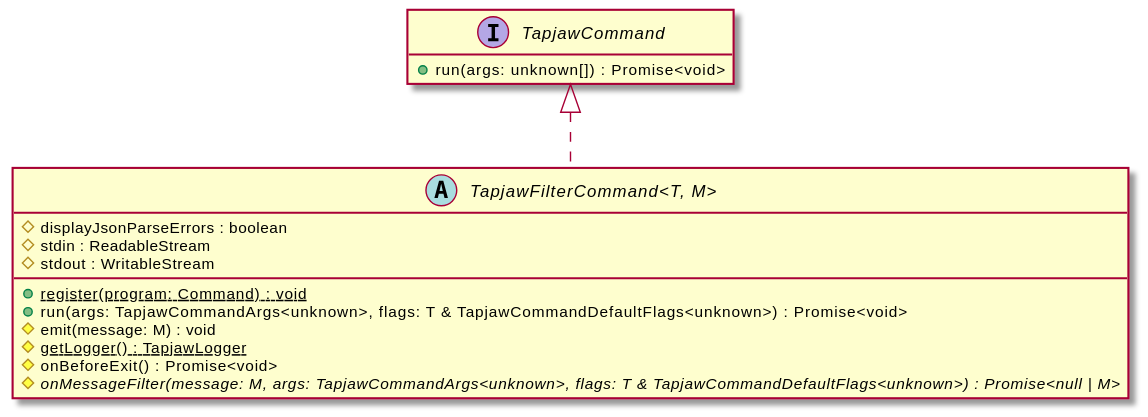
Earlier version of the PlantUML export docs/assets/TapjawFilterCommand-umlClassDiagram-79.svg (digidip/tapjaw-importer).
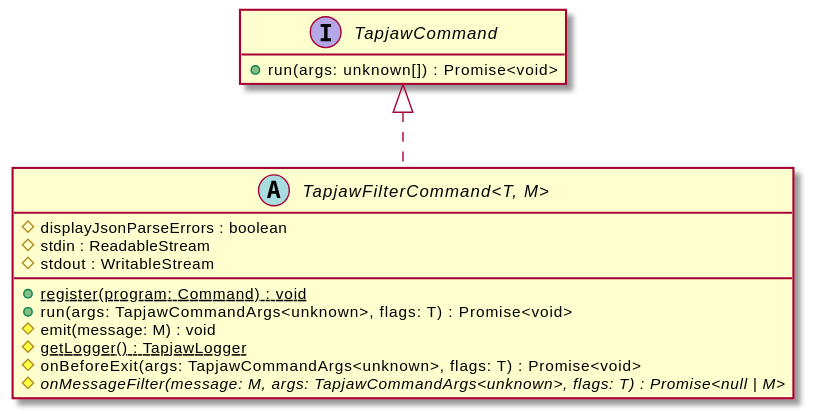
The same file after the commit.

Diff of the diagram source:
```diff
@@ -7,11 +7,11 @@
     #stdin : ReadableStream
     #stdout : WritableStream
     {static} +register(program: Command) : void
-    +run(args: TapjawCommandArgs<unknown>, flags: T & TapjawCommandDefaultFlags<unknown>) : Promise<void>
+    +run(args: TapjawCommandArgs<unknown>, flags: T) : Promise<void>
     #emit(message: M) : void
     {static} #getLogger() : TapjawLogger
-    #onBeforeExit() : Promise<void>
-    {abstract} #onMessageFilter(message: M, args: TapjawCommandArgs<unknown>, flags: T & TapjawCommandDefaultFlags<unknown>) : Promise<null | M>
+    #onBeforeExit(args: TapjawCommandArgs<unknown>, flags: T) : Promise<void>
+    {abstract} #onMessageFilter(message: M, args: TapjawCommandArgs<unknown>, flags: T) : Promise<null | M>
 }
 interface "TapjawCommand" {
     +run(args: unknown[]) : Promise<void>
```
